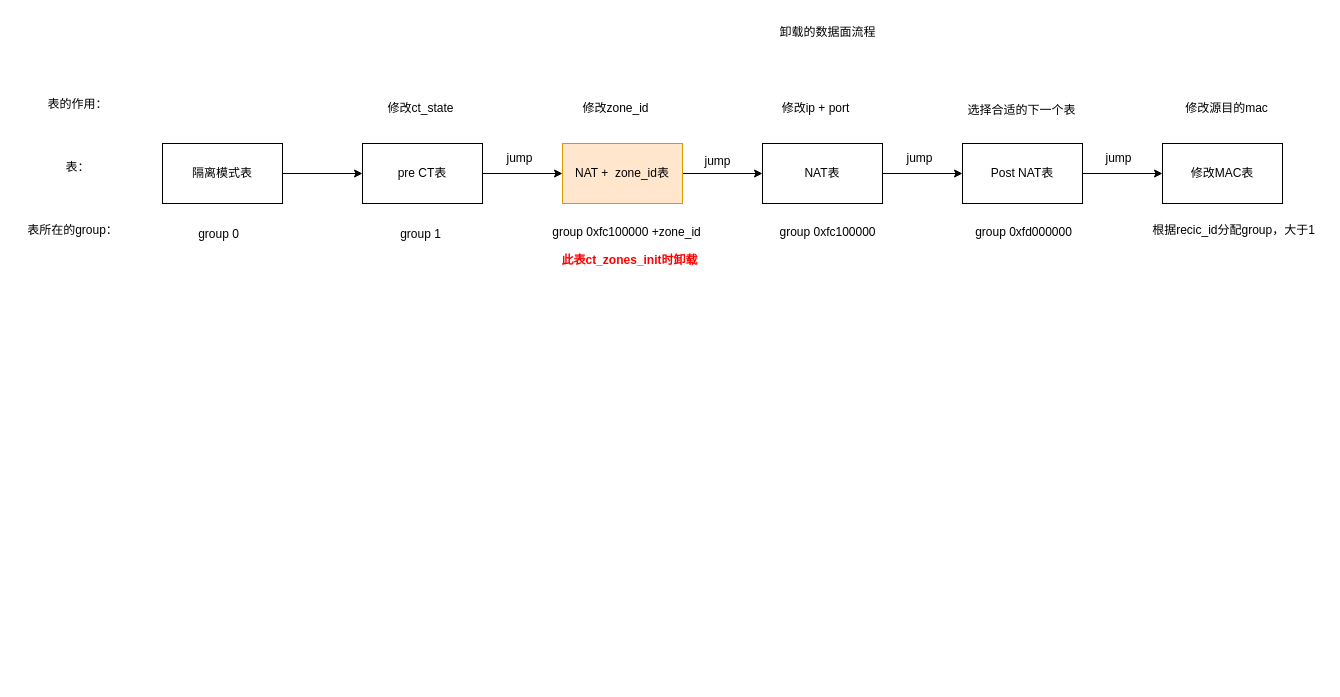
Before: page "OVS DPDK 卡上的数据面" (5 of 6) of dpdk.drawio in imoceanking/drawio, a draw.io diagram. Source tidied: cells renumbered, new cells numbered last; positions are measured from the earlier drawing's top-left corner, leaving out a move shared by most shapes. Both pictures are drawn from the tidied source at 100%, with x=0, y=0 at pixel (17, 17).
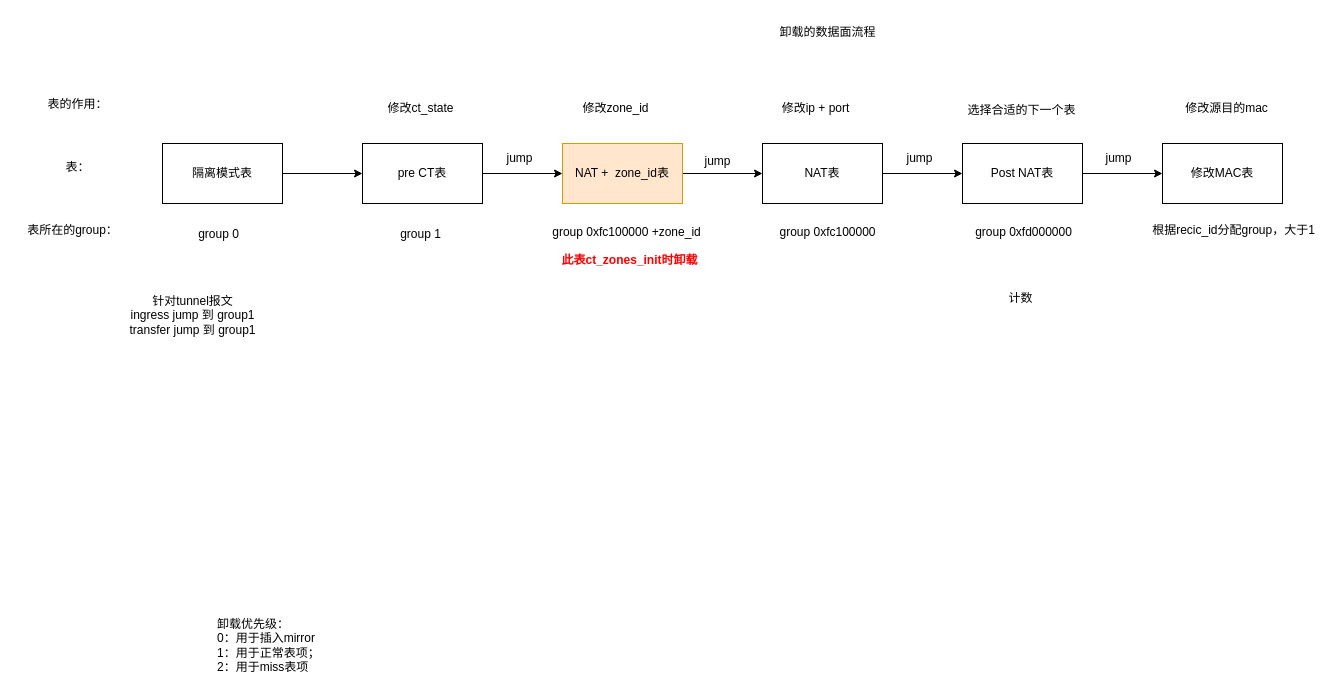
Above is the later version.

What changed in the source:
```diff
@@
+    <mxCell id="33" value="针对tunnel报文&lt;br&gt;ingress jump 到 group1&lt;br&gt;transfer jump 到 group1" style="text;html=1;align=center;verticalAlign=middle;strokeColor=none;fillColor=none;" parent="1" vertex="1">
+      <mxGeometry x="103" y="270" width="144" height="55" as="geometry" />
+    </mxCell>
+    <mxCell id="34" value="计数" style="text;html=1;align=center;verticalAlign=middle;strokeColor=none;fillColor=none;" parent="1" vertex="1">
+      <mxGeometry x="982" y="268" width="42" height="26" as="geometry" />
+    </mxCell>
+    <mxCell id="35" value="卸载优先级：&lt;br&gt;0：用于插入mirror&lt;br&gt;1：用于正常表项；&lt;br&gt;2：用于miss表项" style="text;html=1;align=left;verticalAlign=middle;strokeColor=none;fillColor=none;" parent="1" vertex="1">
+      <mxGeometry x="198" y="593" width="121" height="70" as="geometry" />
+    </mxCell>
```
